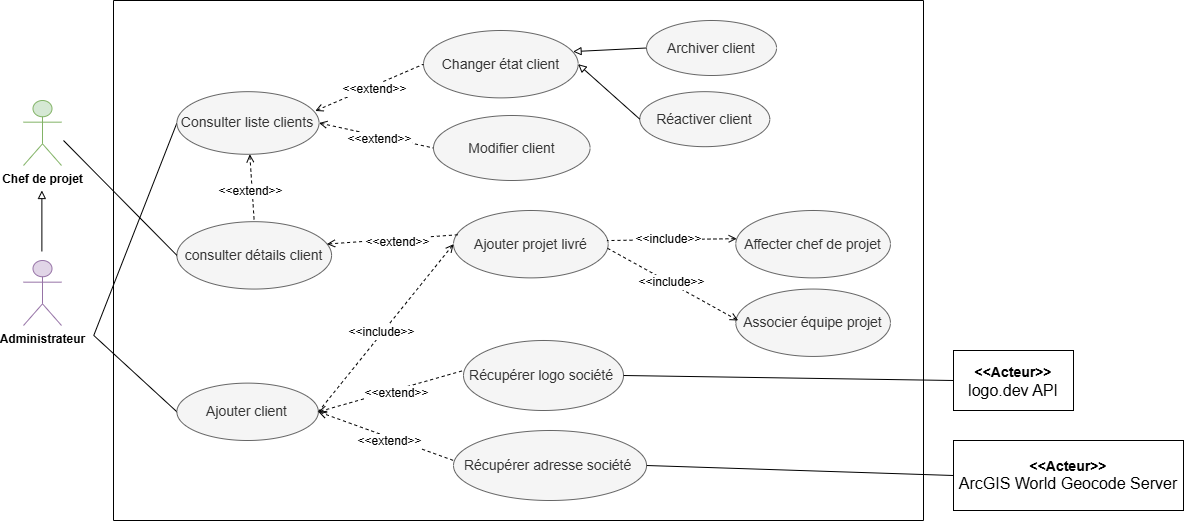
This is Images/gerer client.drawio.png from rihab-dev/Rapport-PFE, a draw.io export, as it was before one commit. Source tidied: cells renumbered, new cells last; positions are measured from the earlier drawing's top-left corner, leaving out a move shared by most shapes.
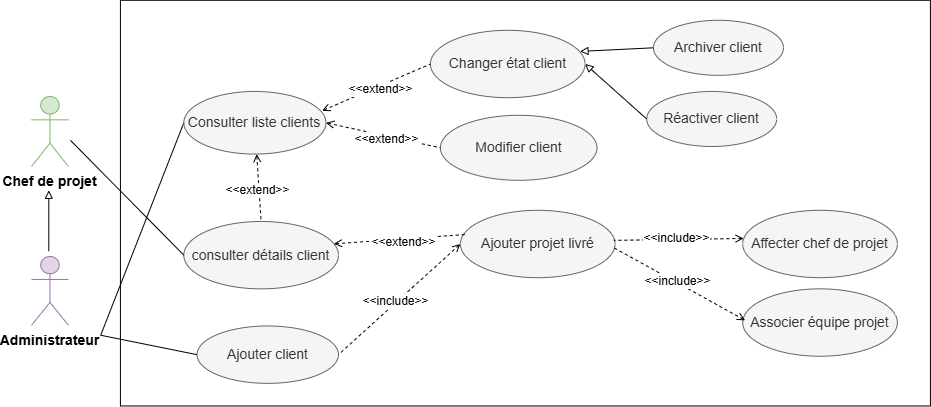
The same diagram one commit later.

The edit, as a diff of the source:
```diff
@@ -2,169 +2,129 @@
   <root>
     <mxCell id="0" />
     <mxCell id="1" parent="0" />
-    <mxCell id="2" style="endArrow=none;html=1;rounded=0;entryX=0;entryY=0.5;entryDx=0;entryDy=0;endFill=0;" parent="1" edge="1" target="11">
-      <mxGeometry relative="1" as="geometry">
-        <mxPoint x="70.3" y="334.9" as="sourcePoint" />
-      </mxGeometry>
-    </mxCell>
-    <mxCell id="3" style="endArrow=none;html=1;rounded=0;entryX=0;entryY=0.5;entryDx=0;entryDy=0;endFill=0;" parent="1" edge="1" target="10">
-      <mxGeometry relative="1" as="geometry">
-        <mxPoint x="70.3" y="334.9" as="sourcePoint" />
-      </mxGeometry>
-    </mxCell>
+    <mxCell id="45" style="endArrow=none;html=1;rounded=0;entryX=0;entryY=0.5;entryDx=0;entryDy=0;endFill=0;" parent="1" edge="1" target="11">
+      <mxGeometry relative="1" as="geometry">
+        <mxPoint x="69.2" y="338.8" as="sourcePoint" />
+      </mxGeometry>
+    </mxCell>
+    <mxCell id="46" style="endArrow=none;html=1;rounded=0;entryX=0;entryY=0.5;entryDx=0;entryDy=0;endFill=0;" parent="1" edge="1" target="10">
+      <mxGeometry relative="1" as="geometry">
+        <mxPoint x="69.2" y="338.8" as="sourcePoint" />
+      </mxGeometry>
+    </mxCell>
-    <mxCell id="4" value="&lt;b&gt;Administrateur&lt;/b&gt;" style="shape=umlActor;verticalLabelPosition=bottom;verticalAlign=top;html=1;fillColor=#e1d5e7;strokeColor=#9673a6;" parent="1" vertex="1">
-      <mxGeometry y="260" width="38" height="65" as="geometry" />
+    <mxCell id="4" value="&lt;b&gt;&lt;font style=&quot;font-size: 14px;&quot;&gt;Administrateur&lt;/font&gt;&lt;/b&gt;" style="shape=umlActor;verticalLabelPosition=bottom;verticalAlign=top;html=1;fillColor=#e1d5e7;strokeColor=#9673a6;" parent="1" vertex="1">
+      <mxGeometry y="260" width="36.9" height="68.8" as="geometry" />
     </mxCell>
-    <mxCell id="5" style="swimlane;startSize=0;" parent="1" vertex="1">
-      <mxGeometry x="90" width="810" height="520" as="geometry" />
-    </mxCell>
+    <mxCell id="47" style="swimlane;startSize=0;" parent="1" vertex="1">
+      <mxGeometry x="88.9" y="3.8" width="810" height="405.7" as="geometry" />
+    </mxCell>
-    <mxCell id="6" value="&lt;span style=&quot;font-size: 14px;&quot;&gt;consulter détails client&lt;/span&gt;" style="ellipse;whiteSpace=wrap;html=1;fillColor=#f5f5f5;fontColor=#333333;strokeColor=#666666;" parent="5" vertex="1">
+    <mxCell id="6" value="&lt;span style=&quot;font-size: 14px;&quot;&gt;consulter détails client&lt;/span&gt;" style="ellipse;whiteSpace=wrap;html=1;fillColor=#f5f5f5;fontColor=#333333;strokeColor=#666666;" parent="47" vertex="1">
       <mxGeometry x="63.4" y="221.2" width="154.7" height="67.4" as="geometry" />
     </mxCell>
-    <mxCell id="7" value="&lt;span style=&quot;font-size: 14px;&quot;&gt;Changer état client&lt;/span&gt;" style="ellipse;whiteSpace=wrap;html=1;fillColor=#f5f5f5;fontColor=#333333;strokeColor=#666666;" parent="5" vertex="1">
+    <mxCell id="7" value="&lt;span style=&quot;font-size: 14px;&quot;&gt;Changer état client&lt;/span&gt;" style="ellipse;whiteSpace=wrap;html=1;fillColor=#f5f5f5;fontColor=#333333;strokeColor=#666666;" parent="47" vertex="1">
       <mxGeometry x="310" y="30" width="154.7" height="67.4" as="geometry" />
     </mxCell>
-    <mxCell id="8" value="&lt;span style=&quot;font-size: 14px;&quot;&gt;Archiver client&lt;/span&gt;" style="ellipse;whiteSpace=wrap;html=1;fillColor=#f5f5f5;fontColor=#333333;strokeColor=#666666;" parent="5" vertex="1">
+    <mxCell id="8" value="&lt;span style=&quot;font-size: 14px;&quot;&gt;Archiver client&lt;/span&gt;" style="ellipse;whiteSpace=wrap;html=1;fillColor=#f5f5f5;fontColor=#333333;strokeColor=#666666;" parent="47" vertex="1">
       <mxGeometry x="533" y="20" width="130" height="55" as="geometry" />
     </mxCell>
-    <mxCell id="9" style="endArrow=block;html=1;rounded=0;endFill=0;exitX=0;exitY=0.5;exitDx=0;exitDy=0;entryX=0.967;entryY=0.313;entryDx=0;entryDy=0;entryPerimeter=0;" parent="5" edge="1" source="8" target="7">
+    <mxCell id="9" style="endArrow=block;html=1;rounded=0;endFill=0;exitX=0;exitY=0.5;exitDx=0;exitDy=0;entryX=0.967;entryY=0.313;entryDx=0;entryDy=0;entryPerimeter=0;" parent="47" edge="1" source="8" target="7">
       <mxGeometry relative="1" as="geometry" />
     </mxCell>
-    <mxCell id="10" value="&lt;font style=&quot;font-size: 14px;&quot;&gt;Ajouter client&lt;/font&gt;" style="ellipse;whiteSpace=wrap;html=1;fillColor=#f5f5f5;fontColor=#333333;strokeColor=#666666;" parent="5" vertex="1">
-      <mxGeometry x="63.4" y="382.6" width="141.5" height="57.4" as="geometry" />
+    <mxCell id="10" value="&lt;font style=&quot;font-size: 14px;&quot;&gt;Ajouter client&lt;/font&gt;" style="ellipse;whiteSpace=wrap;html=1;fillColor=#f5f5f5;fontColor=#333333;strokeColor=#666666;" parent="47" vertex="1">
+      <mxGeometry x="76.6" y="325.7" width="141.5" height="57.4" as="geometry" />
     </mxCell>
-    <mxCell id="11" value="&lt;font style=&quot;font-size: 14px;&quot;&gt;Consulter liste clients&lt;/font&gt;" style="ellipse;whiteSpace=wrap;html=1;fillColor=#f5f5f5;fontColor=#333333;strokeColor=#666666;" parent="5" vertex="1">
+    <mxCell id="11" value="&lt;font style=&quot;font-size: 14px;&quot;&gt;Consulter liste clients&lt;/font&gt;" style="ellipse;whiteSpace=wrap;html=1;fillColor=#f5f5f5;fontColor=#333333;strokeColor=#666666;" parent="47" vertex="1">
       <mxGeometry x="63.4" y="91.2" width="142.1" height="62.6" as="geometry" />
     </mxCell>
-    <mxCell id="12" style="endArrow=none;dashed=1;html=1;rounded=0;startArrow=open;startFill=0;entryX=0;entryY=0.5;entryDx=0;entryDy=0;exitX=0.973;exitY=0.308;exitDx=0;exitDy=0;exitPerimeter=0;" parent="5" edge="1" source="11" target="7">
+    <mxCell id="12" style="endArrow=none;dashed=1;html=1;rounded=0;startArrow=open;startFill=0;entryX=0;entryY=0.5;entryDx=0;entryDy=0;exitX=0.973;exitY=0.308;exitDx=0;exitDy=0;exitPerimeter=0;" parent="47" edge="1" source="11" target="7">
       <mxGeometry relative="1" as="geometry" />
     </mxCell>
-    <mxCell id="13" value="&lt;font style=&quot;font-size: 12px;&quot;&gt;&amp;lt;&amp;lt;extend&amp;gt;&amp;gt;&lt;/font&gt;" style="edgeLabel;html=1;align=center;verticalAlign=middle;" parent="12" vertex="1">
-      <mxGeometry x="0.05" y="-2" relative="1" as="geometry">
-        <mxPoint y="1" as="offset" />
-      </mxGeometry>
-    </mxCell>
+    <mxCell id="48" value="&lt;font style=&quot;font-size: 12px;&quot;&gt;&amp;lt;&amp;lt;extend&amp;gt;&amp;gt;&lt;/font&gt;" style="edgeLabel;html=1;align=center;verticalAlign=middle;" parent="12" vertex="1">
+      <mxGeometry x="0.05" y="-2" relative="1" as="geometry">
+        <mxPoint y="1" as="offset" />
+      </mxGeometry>
+    </mxCell>
-    <mxCell id="14" value="&lt;span style=&quot;font-size: 14px;&quot;&gt;Ajouter projet livré&lt;/span&gt;" style="ellipse;whiteSpace=wrap;html=1;fillColor=#f5f5f5;fontColor=#333333;strokeColor=#666666;" parent="5" vertex="1">
+    <mxCell id="14" value="&lt;span style=&quot;font-size: 14px;&quot;&gt;Ajouter projet livré&lt;/span&gt;" style="ellipse;whiteSpace=wrap;html=1;fillColor=#f5f5f5;fontColor=#333333;strokeColor=#666666;" parent="47" vertex="1">
       <mxGeometry x="340" y="210" width="154.7" height="67.4" as="geometry" />
     </mxCell>
-    <mxCell id="15" style="endArrow=none;dashed=1;html=1;rounded=0;startArrow=open;startFill=0;exitX=0.97;exitY=0.332;exitDx=0;exitDy=0;exitPerimeter=0;entryX=0.03;entryY=0.36;entryDx=0;entryDy=0;entryPerimeter=0;" parent="5" edge="1" source="6" target="14">
+    <mxCell id="15" style="endArrow=none;dashed=1;html=1;rounded=0;startArrow=open;startFill=0;exitX=0.97;exitY=0.332;exitDx=0;exitDy=0;exitPerimeter=0;entryX=0.03;entryY=0.36;entryDx=0;entryDy=0;entryPerimeter=0;" parent="47" edge="1" source="6" target="14">
       <mxGeometry relative="1" as="geometry" />
     </mxCell>
-    <mxCell id="16" value="&lt;font style=&quot;font-size: 12px;&quot;&gt;&amp;lt;&amp;lt;extend&amp;gt;&amp;gt;&lt;/font&gt;" style="edgeLabel;html=1;align=center;verticalAlign=middle;" parent="15" vertex="1">
-      <mxGeometry x="0.05" y="-2" relative="1" as="geometry">
-        <mxPoint y="1" as="offset" />
-      </mxGeometry>
-    </mxCell>
+    <mxCell id="49" value="&lt;font style=&quot;font-size: 12px;&quot;&gt;&amp;lt;&amp;lt;extend&amp;gt;&amp;gt;&lt;/font&gt;" style="edgeLabel;html=1;align=center;verticalAlign=middle;" parent="15" vertex="1">
+      <mxGeometry x="0.05" y="-2" relative="1" as="geometry">
+        <mxPoint y="1" as="offset" />
+      </mxGeometry>
+    </mxCell>
-    <mxCell id="17" style="endArrow=none;dashed=1;html=1;rounded=0;startArrow=open;startFill=0;entryX=0.5;entryY=0;entryDx=0;entryDy=0;" parent="5" edge="1" source="11" target="6">
+    <mxCell id="17" style="endArrow=none;dashed=1;html=1;rounded=0;startArrow=open;startFill=0;entryX=0.5;entryY=0;entryDx=0;entryDy=0;" parent="47" edge="1" source="11" target="6">
       <mxGeometry relative="1" as="geometry" />
     </mxCell>
-    <mxCell id="18" value="&lt;font style=&quot;font-size: 12px;&quot;&gt;&amp;lt;&amp;lt;extend&amp;gt;&amp;gt;&lt;/font&gt;" style="edgeLabel;html=1;align=center;verticalAlign=middle;" parent="17" vertex="1">
-      <mxGeometry x="0.05" y="-2" relative="1" as="geometry">
-        <mxPoint y="1" as="offset" />
-      </mxGeometry>
-    </mxCell>
+    <mxCell id="50" value="&lt;font style=&quot;font-size: 12px;&quot;&gt;&amp;lt;&amp;lt;extend&amp;gt;&amp;gt;&lt;/font&gt;" style="edgeLabel;html=1;align=center;verticalAlign=middle;" parent="17" vertex="1">
+      <mxGeometry x="0.05" y="-2" relative="1" as="geometry">
+        <mxPoint y="1" as="offset" />
+      </mxGeometry>
+    </mxCell>
-    <mxCell id="19" value="&lt;span style=&quot;font-size: 14px;&quot;&gt;Réactiver client&lt;/span&gt;" style="ellipse;whiteSpace=wrap;html=1;fillColor=#f5f5f5;fontColor=#333333;strokeColor=#666666;" parent="5" vertex="1">
+    <mxCell id="19" value="&lt;span style=&quot;font-size: 14px;&quot;&gt;Réactiver client&lt;/span&gt;" style="ellipse;whiteSpace=wrap;html=1;fillColor=#f5f5f5;fontColor=#333333;strokeColor=#666666;" parent="47" vertex="1">
       <mxGeometry x="526.3" y="91.2" width="130" height="55" as="geometry" />
     </mxCell>
-    <mxCell id="20" style="endArrow=block;html=1;rounded=0;entryX=1;entryY=0.5;entryDx=0;entryDy=0;endFill=0;exitX=0;exitY=0.5;exitDx=0;exitDy=0;" parent="5" edge="1" source="19" target="7">
+    <mxCell id="20" style="endArrow=block;html=1;rounded=0;entryX=1;entryY=0.5;entryDx=0;entryDy=0;endFill=0;exitX=0;exitY=0.5;exitDx=0;exitDy=0;" parent="47" edge="1" source="19" target="7">
       <mxGeometry relative="1" as="geometry" />
     </mxCell>
-    <mxCell id="21" style="endArrow=none;dashed=1;html=1;rounded=0;startArrow=open;startFill=0;entryX=1;entryY=0.5;entryDx=0;entryDy=0;exitX=0;exitY=0.5;exitDx=0;exitDy=0;" parent="5" edge="1" source="14" target="10">
+    <mxCell id="21" style="endArrow=none;dashed=1;html=1;rounded=0;startArrow=open;startFill=0;entryX=1;entryY=0.5;entryDx=0;entryDy=0;exitX=0;exitY=0.5;exitDx=0;exitDy=0;" parent="47" edge="1" source="14" target="10">
       <mxGeometry relative="1" as="geometry" />
     </mxCell>
-    <mxCell id="22" value="&lt;font style=&quot;font-size: 12px;&quot;&gt;&amp;lt;&amp;lt;include&amp;gt;&amp;gt;&lt;/font&gt;" style="edgeLabel;html=1;align=center;verticalAlign=middle;" parent="21" vertex="1">
-      <mxGeometry x="0.05" y="-2" relative="1" as="geometry">
-        <mxPoint y="1" as="offset" />
-      </mxGeometry>
-    </mxCell>
+    <mxCell id="51" value="&lt;font style=&quot;font-size: 12px;&quot;&gt;&amp;lt;&amp;lt;include&amp;gt;&amp;gt;&lt;/font&gt;" style="edgeLabel;html=1;align=center;verticalAlign=middle;" parent="21" vertex="1">
+      <mxGeometry x="0.05" y="-2" relative="1" as="geometry">
+        <mxPoint y="1" as="offset" />
+      </mxGeometry>
+    </mxCell>
-    <mxCell id="23" value="&lt;span style=&quot;font-size: 14px;&quot;&gt;Affecter chef de projet&lt;/span&gt;" style="ellipse;whiteSpace=wrap;html=1;fillColor=#f5f5f5;fontColor=#333333;strokeColor=#666666;" parent="5" vertex="1">
+    <mxCell id="23" value="&lt;span style=&quot;font-size: 14px;&quot;&gt;Affecter chef de projet&lt;/span&gt;" style="ellipse;whiteSpace=wrap;html=1;fillColor=#f5f5f5;fontColor=#333333;strokeColor=#666666;" parent="47" vertex="1">
       <mxGeometry x="622.3" y="210" width="154.7" height="67.4" as="geometry" />
     </mxCell>
-    <mxCell id="24" value="&lt;span style=&quot;font-size: 14px;&quot;&gt;Associer équipe projet&lt;/span&gt;" style="ellipse;whiteSpace=wrap;html=1;fillColor=#f5f5f5;fontColor=#333333;strokeColor=#666666;" parent="5" vertex="1">
+    <mxCell id="24" value="&lt;span style=&quot;font-size: 14px;&quot;&gt;Associer équipe projet&lt;/span&gt;" style="ellipse;whiteSpace=wrap;html=1;fillColor=#f5f5f5;fontColor=#333333;strokeColor=#666666;" parent="47" vertex="1">
       <mxGeometry x="622.3" y="288.6" width="154.7" height="67.4" as="geometry" />
     </mxCell>
-    <mxCell id="25" style="endArrow=none;dashed=1;html=1;rounded=0;startArrow=open;startFill=0;exitX=0.006;exitY=0.418;exitDx=0;exitDy=0;exitPerimeter=0;entryX=0.992;entryY=0.446;entryDx=0;entryDy=0;entryPerimeter=0;" parent="5" edge="1" source="23" target="14">
+    <mxCell id="25" style="endArrow=none;dashed=1;html=1;rounded=0;startArrow=open;startFill=0;exitX=0.006;exitY=0.418;exitDx=0;exitDy=0;exitPerimeter=0;entryX=0.992;entryY=0.446;entryDx=0;entryDy=0;entryPerimeter=0;" parent="47" edge="1" source="23" target="14">
       <mxGeometry relative="1" as="geometry" />
     </mxCell>
-    <mxCell id="26" value="&lt;font style=&quot;font-size: 12px;&quot;&gt;&amp;lt;&amp;lt;include&amp;gt;&amp;gt;&lt;/font&gt;" style="edgeLabel;html=1;align=center;verticalAlign=middle;" parent="25" vertex="1">
-      <mxGeometry x="0.05" y="-2" relative="1" as="geometry">
-        <mxPoint y="1" as="offset" />
-      </mxGeometry>
-    </mxCell>
+    <mxCell id="52" value="&lt;font style=&quot;font-size: 12px;&quot;&gt;&amp;lt;&amp;lt;include&amp;gt;&amp;gt;&lt;/font&gt;" style="edgeLabel;html=1;align=center;verticalAlign=middle;" parent="25" vertex="1">
+      <mxGeometry x="0.05" y="-2" relative="1" as="geometry">
+        <mxPoint y="1" as="offset" />
+      </mxGeometry>
+    </mxCell>
-    <mxCell id="27" value="&lt;font style=&quot;font-size: 14px;&quot;&gt;Modifier client&lt;/font&gt;" style="ellipse;whiteSpace=wrap;html=1;fillColor=#f5f5f5;fontColor=#333333;strokeColor=#666666;" parent="5" vertex="1">
+    <mxCell id="27" value="&lt;font style=&quot;font-size: 14px;&quot;&gt;Modifier client&lt;/font&gt;" style="ellipse;whiteSpace=wrap;html=1;fillColor=#f5f5f5;fontColor=#333333;strokeColor=#666666;" parent="47" vertex="1">
       <mxGeometry x="320" y="115" width="156.6" height="65" as="geometry" />
     </mxCell>
-    <mxCell id="28" style="endArrow=none;dashed=1;html=1;rounded=0;startArrow=open;startFill=0;entryX=0;entryY=0.5;entryDx=0;entryDy=0;exitX=1;exitY=0.5;exitDx=0;exitDy=0;" parent="5" edge="1" source="11" target="27">
+    <mxCell id="28" style="endArrow=none;dashed=1;html=1;rounded=0;startArrow=open;startFill=0;entryX=0;entryY=0.5;entryDx=0;entryDy=0;exitX=1;exitY=0.5;exitDx=0;exitDy=0;" parent="47" edge="1" source="11" target="27">
       <mxGeometry relative="1" as="geometry" />
     </mxCell>
-    <mxCell id="29" value="&lt;font style=&quot;font-size: 12px;&quot;&gt;&amp;lt;&amp;lt;extend&amp;gt;&amp;gt;&lt;/font&gt;" style="edgeLabel;html=1;align=center;verticalAlign=middle;" parent="28" vertex="1">
-      <mxGeometry x="0.05" y="-2" relative="1" as="geometry">
-        <mxPoint y="1" as="offset" />
-      </mxGeometry>
-    </mxCell>
-    <mxCell id="30" value="&lt;span style=&quot;font-size: 14px;&quot;&gt;Récupérer logo société&amp;nbsp;&lt;/span&gt;" style="ellipse;whiteSpace=wrap;html=1;fillColor=#f5f5f5;fontColor=#333333;strokeColor=#666666;" parent="5" vertex="1">
-      <mxGeometry x="350" y="340" width="160" height="70" as="geometry" />
-    </mxCell>
-    <mxCell id="31" value="&lt;span style=&quot;font-size: 14px;&quot;&gt;Récupérer adresse société&amp;nbsp;&lt;/span&gt;" style="ellipse;whiteSpace=wrap;html=1;fillColor=#f5f5f5;fontColor=#333333;strokeColor=#666666;" parent="5" vertex="1">
-      <mxGeometry x="340" y="430" width="193.1" height="70" as="geometry" />
-    </mxCell>
-    <mxCell id="32" style="endArrow=none;dashed=1;html=1;rounded=0;startArrow=open;startFill=0;exitX=1;exitY=0.5;exitDx=0;exitDy=0;entryX=0.03;entryY=0.36;entryDx=0;entryDy=0;entryPerimeter=0;" parent="5" edge="1" source="10">
-      <mxGeometry relative="1" as="geometry">
-        <mxPoint x="350.1" y="370" as="targetPoint" />
-      </mxGeometry>
-    </mxCell>
-    <mxCell id="33" value="&lt;font style=&quot;font-size: 12px;&quot;&gt;&amp;lt;&amp;lt;extend&amp;gt;&amp;gt;&lt;/font&gt;" style="edgeLabel;html=1;align=center;verticalAlign=middle;" parent="32" vertex="1">
-      <mxGeometry x="0.05" y="-2" relative="1" as="geometry">
-        <mxPoint y="1" as="offset" />
-      </mxGeometry>
-    </mxCell>
-    <mxCell id="34" style="endArrow=none;dashed=1;html=1;rounded=0;startArrow=open;startFill=0;exitX=1;exitY=0.5;exitDx=0;exitDy=0;entryX=0.03;entryY=0.36;entryDx=0;entryDy=0;entryPerimeter=0;" parent="5" edge="1" source="10">
-      <mxGeometry relative="1" as="geometry">
-        <mxPoint x="340" y="460" as="targetPoint" />
-      </mxGeometry>
-    </mxCell>
-    <mxCell id="35" value="&lt;font style=&quot;font-size: 12px;&quot;&gt;&amp;lt;&amp;lt;extend&amp;gt;&amp;gt;&lt;/font&gt;" style="edgeLabel;html=1;align=center;verticalAlign=middle;" parent="34" vertex="1">
-      <mxGeometry x="0.05" y="-2" relative="1" as="geometry">
-        <mxPoint y="1" as="offset" />
-      </mxGeometry>
-    </mxCell>
-    <mxCell id="36" style="endArrow=none;html=1;rounded=0;entryX=0;entryY=0.5;entryDx=0;entryDy=0;endFill=0;exitX=1;exitY=0.5;exitDx=0;exitDy=0;" parent="5" edge="1" source="31">
-      <mxGeometry relative="1" as="geometry">
-        <mxPoint x="840" y="475" as="targetPoint" />
-      </mxGeometry>
-    </mxCell>
-    <mxCell id="37" style="endArrow=none;dashed=1;html=1;rounded=0;startArrow=open;startFill=0;exitX=0.006;exitY=0.418;exitDx=0;exitDy=0;exitPerimeter=0;entryX=0.992;entryY=0.556;entryDx=0;entryDy=0;entryPerimeter=0;" parent="5" edge="1" target="14">
-      <mxGeometry relative="1" as="geometry">
-        <mxPoint x="624.7" y="320" as="sourcePoint" />
-      </mxGeometry>
-    </mxCell>
-    <mxCell id="38" value="&lt;font style=&quot;font-size: 12px;&quot;&gt;&amp;lt;&amp;lt;include&amp;gt;&amp;gt;&lt;/font&gt;" style="edgeLabel;html=1;align=center;verticalAlign=middle;" parent="37" vertex="1">
-      <mxGeometry x="0.05" y="-2" relative="1" as="geometry">
-        <mxPoint y="1" as="offset" />
-      </mxGeometry>
-    </mxCell>
+    <mxCell id="53" value="&lt;font style=&quot;font-size: 12px;&quot;&gt;&amp;lt;&amp;lt;extend&amp;gt;&amp;gt;&lt;/font&gt;" style="edgeLabel;html=1;align=center;verticalAlign=middle;" parent="28" vertex="1">
+      <mxGeometry x="0.05" y="-2" relative="1" as="geometry">
+        <mxPoint y="1" as="offset" />
+      </mxGeometry>
+    </mxCell>
+    <mxCell id="54" style="endArrow=none;dashed=1;html=1;rounded=0;startArrow=open;startFill=0;exitX=0.006;exitY=0.418;exitDx=0;exitDy=0;exitPerimeter=0;entryX=0.992;entryY=0.556;entryDx=0;entryDy=0;entryPerimeter=0;" parent="47" edge="1" target="14">
+      <mxGeometry relative="1" as="geometry">
+        <mxPoint x="624.7" y="320" as="sourcePoint" />
+      </mxGeometry>
+    </mxCell>
+    <mxCell id="55" value="&lt;font style=&quot;font-size: 12px;&quot;&gt;&amp;lt;&amp;lt;include&amp;gt;&amp;gt;&lt;/font&gt;" style="edgeLabel;html=1;align=center;verticalAlign=middle;" parent="54" vertex="1">
+      <mxGeometry x="0.05" y="-2" relative="1" as="geometry">
+        <mxPoint y="1" as="offset" />
+      </mxGeometry>
+    </mxCell>
-    <mxCell id="39" value="&lt;b&gt;Chef de projet&lt;/b&gt;" style="shape=umlActor;verticalLabelPosition=bottom;verticalAlign=top;html=1;fillColor=#d5e8d4;strokeColor=#82b366;" parent="1" vertex="1">
-      <mxGeometry y="100" width="38" height="65" as="geometry" />
+    <mxCell id="39" value="&lt;b&gt;&lt;font style=&quot;font-size: 14px;&quot;&gt;Chef de projet&lt;/font&gt;&lt;/b&gt;" style="shape=umlActor;verticalLabelPosition=bottom;verticalAlign=top;html=1;fillColor=#d5e8d4;strokeColor=#82b366;" parent="1" vertex="1">
+      <mxGeometry y="100" width="36.9" height="70" as="geometry" />
     </mxCell>
-    <mxCell id="40" style="endArrow=block;html=1;rounded=0;endFill=0;exitX=0;exitY=0.5;exitDx=0;exitDy=0;" parent="1" edge="1">
-      <mxGeometry relative="1" as="geometry">
-        <mxPoint x="18.4" y="251" as="sourcePoint" />
-        <mxPoint x="18.4" y="190" as="targetPoint" />
-      </mxGeometry>
-    </mxCell>
-    <mxCell id="41" style="endArrow=none;html=1;rounded=0;entryX=0;entryY=0.5;entryDx=0;entryDy=0;endFill=0;" parent="1" edge="1" target="6">
-      <mxGeometry relative="1" as="geometry">
-        <mxPoint x="40" y="140" as="sourcePoint" />
-      </mxGeometry>
-    </mxCell>
-    <mxCell id="42" value="&lt;div&gt;&lt;b&gt;&lt;font style=&quot;font-size: 14px;&quot;&gt;&lt;br&gt;&lt;/font&gt;&lt;/b&gt;&lt;/div&gt;&lt;b&gt;&lt;font style=&quot;font-size: 14px;&quot;&gt;&amp;lt;&amp;lt;Acteur&amp;gt;&amp;gt;&lt;/font&gt;&lt;/b&gt;&lt;div&gt;&lt;font size=&quot;3&quot; style=&quot;&quot;&gt;logo.dev API&lt;br&gt;&lt;/font&gt;&lt;div&gt;&lt;br&gt;&lt;/div&gt;&lt;/div&gt;" style="rounded=0;whiteSpace=wrap;html=1;" parent="1" vertex="1">
-      <mxGeometry x="930" y="350" width="120" height="60" as="geometry" />
-    </mxCell>
-    <mxCell id="43" value="&lt;div&gt;&lt;b style=&quot;background-color: transparent; color: light-dark(rgb(0, 0, 0), rgb(255, 255, 255));&quot;&gt;&lt;font style=&quot;font-size: 14px;&quot;&gt;&amp;lt;&amp;lt;Acteur&amp;gt;&amp;gt;&lt;/font&gt;&lt;/b&gt;&lt;/div&gt;&lt;div&gt;&lt;div&gt;&lt;font size=&quot;3&quot;&gt;ArcGIS World Geocode Server&lt;/font&gt;&lt;/div&gt;&lt;/div&gt;" style="rounded=0;whiteSpace=wrap;html=1;" parent="1" vertex="1">
-      <mxGeometry x="930" y="440" width="230" height="70" as="geometry" />
-    </mxCell>
-    <mxCell id="44" style="endArrow=none;html=1;rounded=0;entryX=0;entryY=0.5;entryDx=0;entryDy=0;endFill=0;exitX=1;exitY=0.5;exitDx=0;exitDy=0;" parent="1" edge="1" source="30" target="42">
-      <mxGeometry relative="1" as="geometry" />
-    </mxCell>
+    <mxCell id="56" style="endArrow=block;html=1;rounded=0;endFill=0;exitX=0;exitY=0.5;exitDx=0;exitDy=0;" parent="1" edge="1">
+      <mxGeometry relative="1" as="geometry">
+        <mxPoint x="17.3" y="254.8" as="sourcePoint" />
+        <mxPoint x="17.3" y="193.8" as="targetPoint" />
+      </mxGeometry>
+    </mxCell>
+    <mxCell id="57" style="endArrow=none;html=1;rounded=0;entryX=0;entryY=0.5;entryDx=0;entryDy=0;endFill=0;" parent="1" edge="1" target="6">
+      <mxGeometry relative="1" as="geometry">
+        <mxPoint x="38.9" y="143.8" as="sourcePoint" />
+      </mxGeometry>
+    </mxCell>
   </root>
 </mxGraphModel>
```
